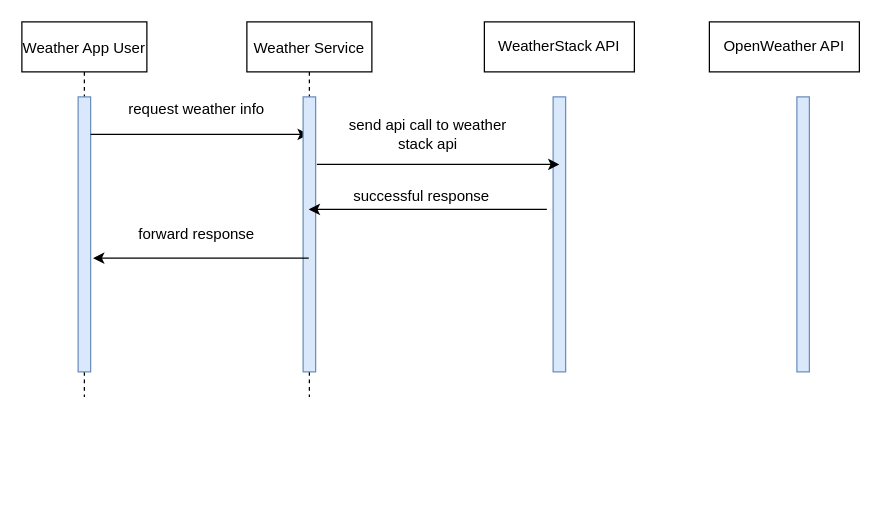
Before: Untitled Diagram.drawio in hariprathap-hp/minderaWeatherService, a draw.io diagram. Source tidied: cells renumbered, new cells numbered last; positions are measured from the earlier drawing's top-left corner, leaving out a move shared by most shapes. Both pictures are drawn from the tidied source at 125%, with x=0, y=0 at pixel (21, 21).
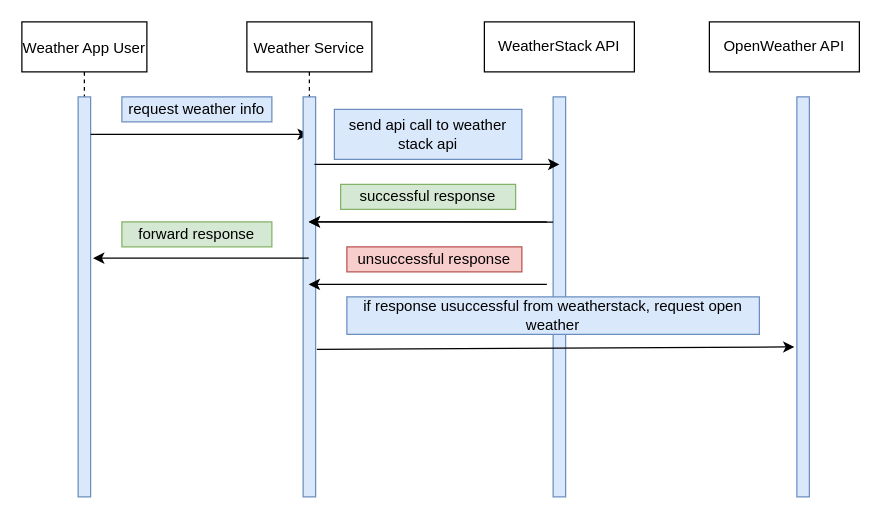
Above is the later version.

Diff of the diagram source:
```diff
@@
     <mxCell id="2" value="Weather App User" style="shape=umlLifeline;perimeter=lifelinePerimeter;rounded=0;shadow=0;strokeWidth=1;" parent="1" vertex="1">
-      <mxGeometry width="100" height="300" as="geometry" />
+      <mxGeometry width="100" height="380" as="geometry" />
     </mxCell>
     <mxCell id="3" style="perimeter=orthogonalPerimeter;rounded=0;shadow=0;strokeWidth=1;fillColor=#dae8fc;strokeColor=#6c8ebf;" parent="2" vertex="1">
-      <mxGeometry x="45" y="60" width="10" height="220" as="geometry" />
+      <mxGeometry x="45" y="60" width="10" height="320" as="geometry" />
     </mxCell>
@@
     <mxCell id="5" value="Weather Service" style="shape=umlLifeline;perimeter=lifelinePerimeter;rounded=0;shadow=0;strokeWidth=1;" parent="1" vertex="1">
-      <mxGeometry x="180" width="100" height="300" as="geometry" />
+      <mxGeometry x="180" width="100" height="380" as="geometry" />
     </mxCell>
     <mxCell id="6" style="points=[];perimeter=orthogonalPerimeter;rounded=0;shadow=0;strokeWidth=1;fillColor=#dae8fc;strokeColor=#6c8ebf;" parent="5" vertex="1">
-      <mxGeometry x="45" y="60" width="10" height="220" as="geometry" />
+      <mxGeometry x="45" y="60" width="10" height="320" as="geometry" />
     </mxCell>
@@
-    <mxCell id="9" value="request weather info" style="text;html=1;strokeColor=none;fillColor=none;align=center;verticalAlign=middle;whiteSpace=wrap;rounded=0;" parent="1" vertex="1">
+    <mxCell id="9" value="request weather info" style="text;html=1;strokeColor=#6c8ebf;fillColor=#dae8fc;align=center;verticalAlign=middle;whiteSpace=wrap;rounded=0;" parent="1" vertex="1">
       <mxGeometry x="80" y="60" width="120" height="20" as="geometry" />
     </mxCell>
     <mxCell id="10" style="points=[];perimeter=orthogonalPerimeter;rounded=0;shadow=0;strokeWidth=1;fillColor=#dae8fc;strokeColor=#6c8ebf;" parent="1" vertex="1">
-      <mxGeometry x="425" y="60" width="10" height="220" as="geometry" />
+      <mxGeometry x="425" y="60" width="10" height="320" as="geometry" />
     </mxCell>
     <mxCell id="11" style="perimeter=orthogonalPerimeter;rounded=0;shadow=0;strokeWidth=1;fillColor=#dae8fc;strokeColor=#6c8ebf;" parent="1" vertex="1">
-      <mxGeometry x="620" y="60" width="10" height="220" as="geometry" />
+      <mxGeometry x="620" y="60" width="10" height="320" as="geometry" />
     </mxCell>
-    <mxCell id="12" style="endArrow=classic;html=1;exitX=1.1;exitY=0.245;exitDx=0;exitDy=0;exitPerimeter=0;" parent="1" edge="1" source="6">
+    <mxCell id="12" style="endArrow=classic;html=1;exitX=0.9;exitY=0.169;exitDx=0;exitDy=0;exitPerimeter=0;" parent="1" edge="1" source="6">
       <mxGeometry relative="1" as="geometry">
         <mxPoint x="430" y="114" as="targetPoint" />
       </mxGeometry>
     </mxCell>
-    <mxCell id="13" value="send api call to weather stack api" style="text;html=1;strokeColor=none;fillColor=none;align=center;verticalAlign=middle;whiteSpace=wrap;rounded=0;" parent="1" vertex="1">
+    <mxCell id="13" value="send api call to weather stack api" style="text;html=1;strokeColor=#6c8ebf;fillColor=#dae8fc;align=center;verticalAlign=middle;whiteSpace=wrap;rounded=0;" parent="1" vertex="1">
       <mxGeometry x="250" y="70" width="150" height="40" as="geometry" />
     </mxCell>
     <mxCell id="14" style="endArrow=classic;html=1;" parent="1" edge="1" target="5">
       <mxGeometry relative="1" as="geometry">
-        <mxPoint x="420" y="150" as="sourcePoint" />
+        <mxPoint x="420" y="160" as="sourcePoint" />
       </mxGeometry>
     </mxCell>
-    <mxCell id="15" value="successful response" style="text;html=1;strokeColor=none;fillColor=none;align=center;verticalAlign=middle;whiteSpace=wrap;rounded=0;" parent="1" vertex="1">
-      <mxGeometry x="250" y="130" width="140" height="20" as="geometry" />
+    <mxCell id="15" value="successful response" style="text;html=1;strokeColor=#82b366;fillColor=#d5e8d4;align=center;verticalAlign=middle;whiteSpace=wrap;rounded=0;" parent="1" vertex="1">
+      <mxGeometry x="255" y="130" width="140" height="20" as="geometry" />
     </mxCell>
@@
-    <mxCell id="17" value="forward response" style="text;html=1;strokeColor=none;fillColor=none;align=center;verticalAlign=middle;whiteSpace=wrap;rounded=0;" parent="1" vertex="1">
+    <mxCell id="17" value="forward response" style="text;html=1;strokeColor=#82b366;fillColor=#d5e8d4;align=center;verticalAlign=middle;whiteSpace=wrap;rounded=0;" parent="1" vertex="1">
       <mxGeometry x="80" y="160" width="120" height="20" as="geometry" />
     </mxCell>
+    <mxCell id="18" value="unsuccessful response" style="text;html=1;strokeColor=#b85450;fillColor=#f8cecc;align=center;verticalAlign=middle;whiteSpace=wrap;rounded=0;" parent="1" vertex="1">
+      <mxGeometry x="260" y="180" width="140" height="20" as="geometry" />
+    </mxCell>
+    <mxCell id="19" style="endArrow=classic;html=1;exitX=1.1;exitY=0.631;exitDx=0;exitDy=0;exitPerimeter=0;" parent="1" edge="1" source="6">
+      <mxGeometry relative="1" as="geometry">
+        <mxPoint x="618" y="260" as="targetPoint" />
+      </mxGeometry>
+    </mxCell>
+    <mxCell id="20" value="if response usuccessful from weatherstack, request open weather" style="text;html=1;strokeColor=#6c8ebf;fillColor=#dae8fc;align=center;verticalAlign=middle;whiteSpace=wrap;rounded=0;" parent="1" vertex="1">
+      <mxGeometry x="260" y="220" width="330" height="30" as="geometry" />
+    </mxCell>
+    <mxCell id="21" style="endArrow=classic;html=1;exitX=0;exitY=0.313;exitDx=0;exitDy=0;exitPerimeter=0;" parent="1" edge="1" source="10" target="5">
+      <mxGeometry relative="1" as="geometry">
+        <Array as="points">
+          <mxPoint x="320" y="160" />
+        </Array>
+      </mxGeometry>
+    </mxCell>
+    <mxCell id="22" style="endArrow=classic;html=1;" parent="1" edge="1" target="5">
+      <mxGeometry relative="1" as="geometry">
+        <mxPoint x="420" y="210" as="sourcePoint" />
+      </mxGeometry>
+    </mxCell>
```
